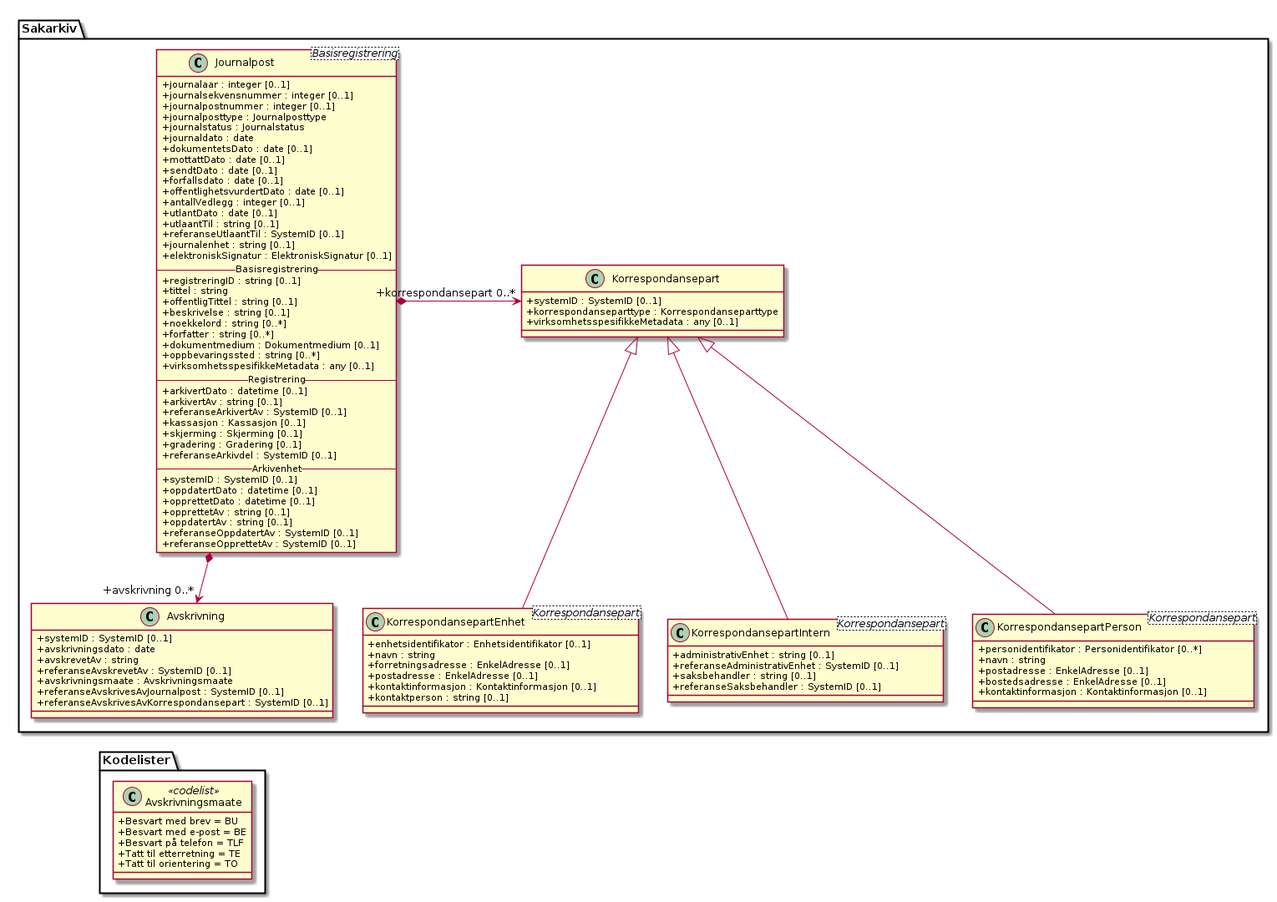
Before: kapitler/media/uml-klasse-avskrivning.png, a diagram exported from PlantUML (arkivverket/noark5-tjenestegrensesnitt-standard).
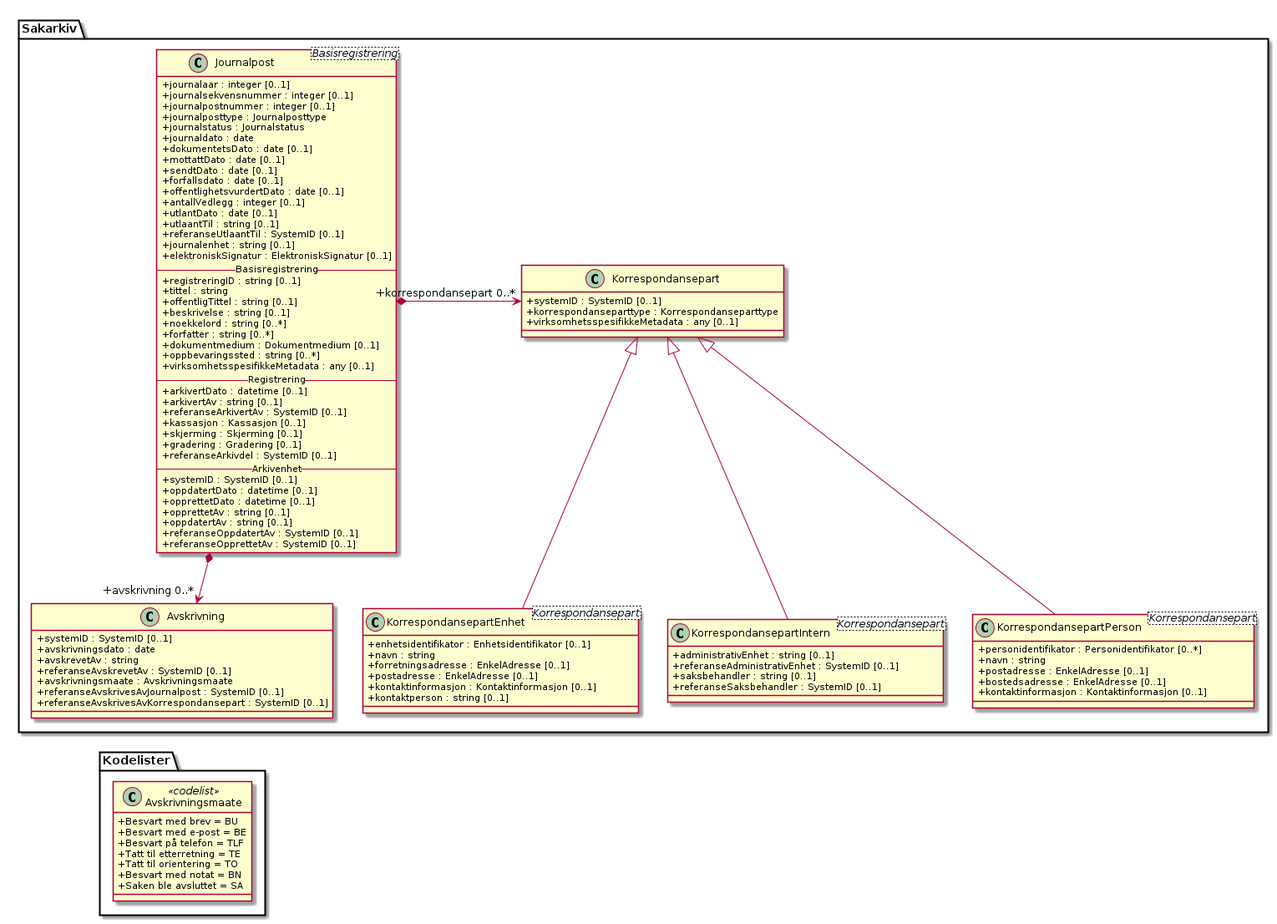
Above is the later version.

The edit, as a diff of the source:
```diff
@@ -90,6 +90,8 @@
   +Besvart på telefon = TLF
   +Tatt til etterretning = TE
   +Tatt til orientering = TO
+  +Besvart med notat = BN
+  +Saken ble avsluttet = SA
 }
 
 Sakarkiv.Journalpost *-> "+korrespondansepart 0..*" Sakarkiv.Korrespondansepart
```
